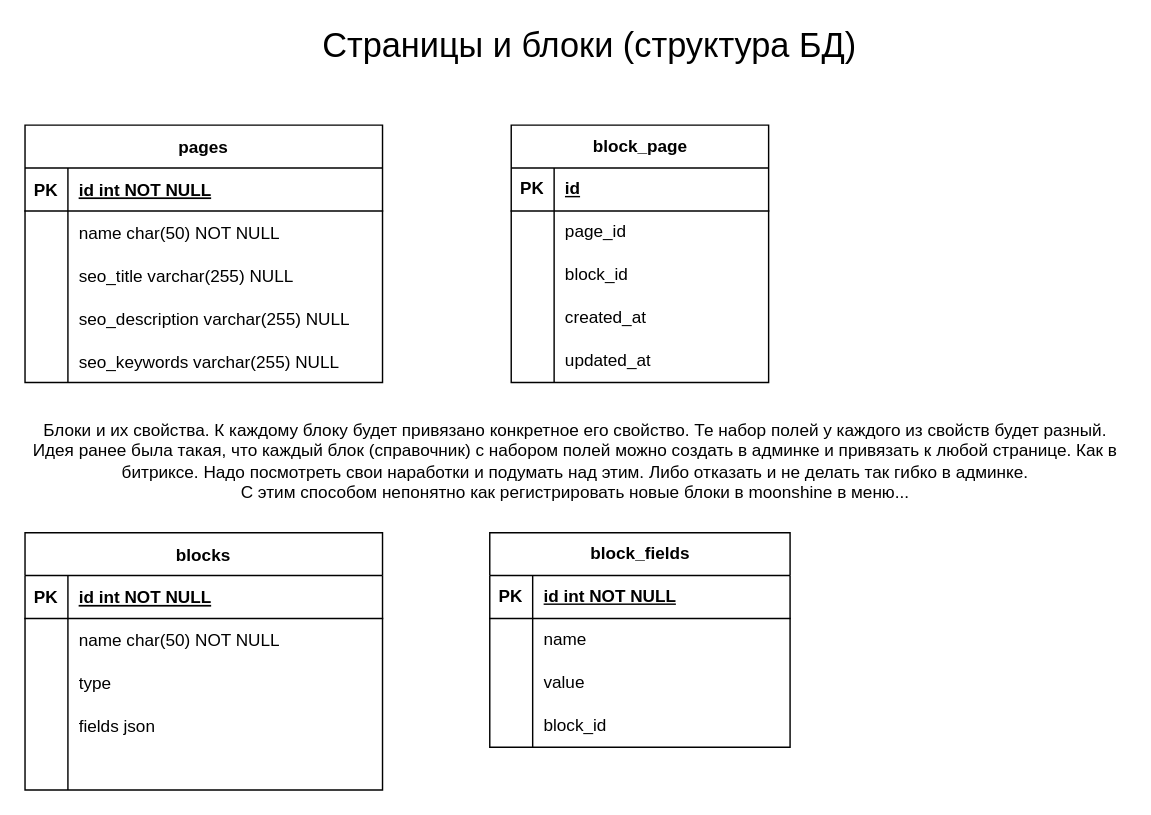
This is laravel cms - страницы и блоки.drawio from Sckatik/drawioDiagrams, a draw.io file, before an edit. Source tidied: cells renumbered, new cells numbered last; positions are measured from the earlier drawing's top-left corner, leaving out a move shared by most shapes. Both pictures are drawn from the tidied source at 143%, with x=0, y=0 at pixel (24, 24).
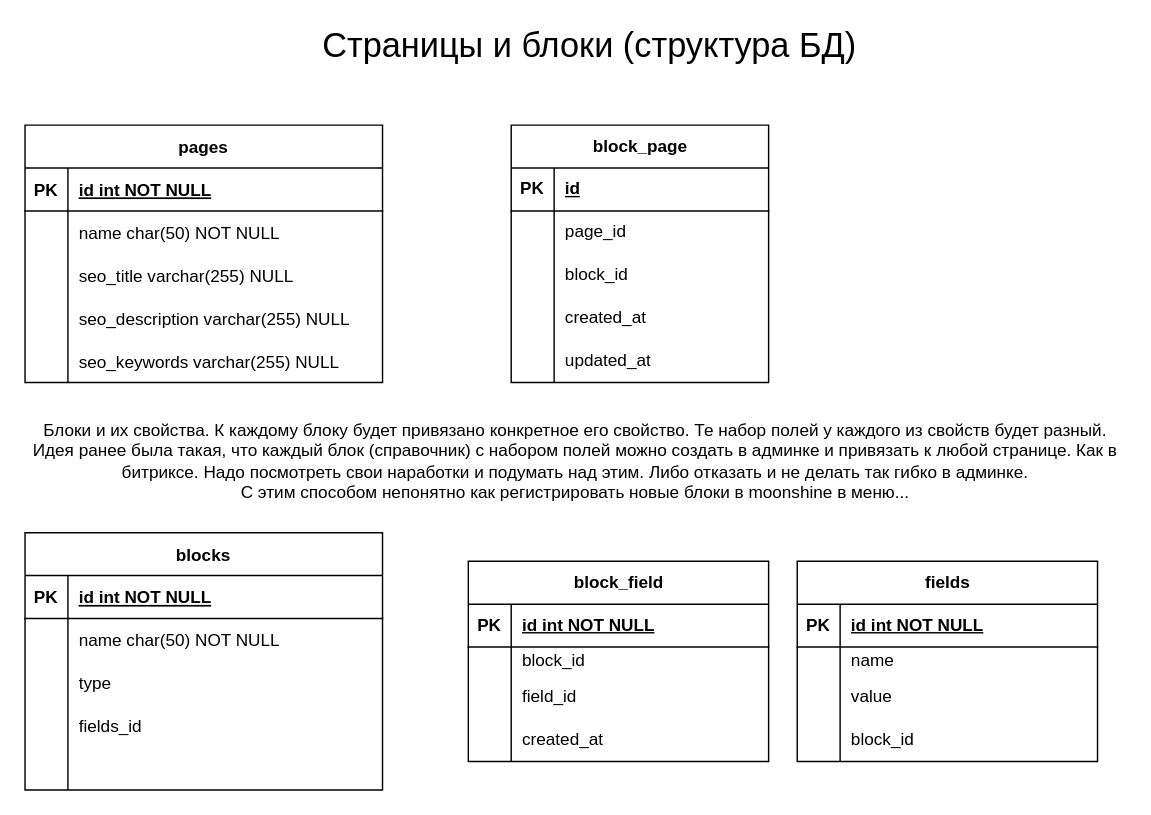
The same page after the edit.

Unchanged cells that the change refers to:
```xml
<mxCell id="29" style="shape=partialRectangle;fillColor=none;top=0;left=0;right=0;bottom=0;" parent="19" vertex="1">
  <mxGeometry y="120" width="250" height="30" as="geometry" />
</mxCell>
```

Diff of the diagram source:
```diff
@@
-    <mxCell id="31" value="fields json" style="shape=partialRectangle;overflow=hidden;fillColor=none;top=0;left=0;bottom=0;right=0;align=left;spacingLeft=6;" parent="29" vertex="1">
+    <mxCell id="31" value="fields_id" style="shape=partialRectangle;overflow=hidden;fillColor=none;top=0;left=0;bottom=0;right=0;align=left;spacingLeft=6;" parent="29" vertex="1">
       <mxGeometry x="30" width="220" height="30" as="geometry" />
     </mxCell>
@@
-    <mxCell id="51" value="block_fields" style="shape=table;startSize=30;childLayout=tableLayout;rowLines=0;fontStyle=1;align=center;html=1;" parent="1" vertex="1">
-      <mxGeometry x="325" y="355" width="210" height="150" as="geometry" />
+    <mxCell id="51" value="fields" style="shape=table;startSize=30;childLayout=tableLayout;rowLines=0;fontStyle=1;align=center;html=1;" parent="1" vertex="1">
+      <mxGeometry x="540" y="375" width="210" height="140" as="geometry" />
     </mxCell>
@@
     <mxCell id="55" style="shape=tableRow;horizontal=0;startSize=0;swimlaneHead=0;swimlaneBody=0;fillColor=none;top=0;left=0;right=0;bottom=0;" parent="51" vertex="1">
-      <mxGeometry y="60" width="210" height="30" as="geometry" />
+      <mxGeometry y="60" width="210" height="20" as="geometry" />
     </mxCell>
     <mxCell id="56" style="shape=partialRectangle;fillColor=none;top=0;left=0;bottom=0;right=0;overflow=hidden;whiteSpace=wrap;html=1;" parent="55" vertex="1">
-      <mxGeometry width="30" height="30" as="geometry" />
+      <mxGeometry width="30" height="20" as="geometry" />
     </mxCell>
     <mxCell id="57" value="name" style="shape=partialRectangle;fillColor=none;top=0;left=0;bottom=0;right=0;align=left;spacingLeft=6;overflow=hidden;whiteSpace=wrap;html=1;" parent="55" vertex="1">
-      <mxGeometry x="30" width="180" height="30" as="geometry" />
+      <mxGeometry x="30" width="180" height="20" as="geometry" />
     </mxCell>
     <mxCell id="58" style="shape=tableRow;horizontal=0;startSize=0;swimlaneHead=0;swimlaneBody=0;fillColor=none;top=0;left=0;right=0;bottom=0;" parent="51" vertex="1">
-      <mxGeometry y="90" width="210" height="30" as="geometry" />
+      <mxGeometry y="80" width="210" height="30" as="geometry" />
     </mxCell>
@@
     <mxCell id="61" style="shape=tableRow;horizontal=0;startSize=0;swimlaneHead=0;swimlaneBody=0;fillColor=none;top=0;left=0;right=0;bottom=0;" parent="51" vertex="1">
-      <mxGeometry y="120" width="210" height="30" as="geometry" />
+      <mxGeometry y="110" width="210" height="30" as="geometry" />
     </mxCell>
@@
+    <mxCell id="65" value="block_field" style="shape=table;startSize=30;childLayout=tableLayout;rowLines=0;fontStyle=1;align=center;html=1;" parent="1" vertex="1">
+      <mxGeometry x="310" y="375" width="210" height="140" as="geometry" />
+    </mxCell>
+    <mxCell id="66" style="shape=tableRow;horizontal=0;startSize=0;swimlaneHead=0;swimlaneBody=0;fillColor=none;top=0;left=0;right=0;bottom=1;" parent="65" vertex="1">
+      <mxGeometry y="30" width="210" height="30" as="geometry" />
+    </mxCell>
+    <mxCell id="67" value="PK" style="shape=partialRectangle;fillColor=none;top=0;left=0;bottom=0;right=0;fontStyle=1;overflow=hidden;whiteSpace=wrap;html=1;" parent="66" vertex="1">
+      <mxGeometry width="30" height="30" as="geometry" />
+    </mxCell>
+    <mxCell id="68" value="id int NOT NULL" style="shape=partialRectangle;fillColor=none;top=0;left=0;bottom=0;right=0;align=left;spacingLeft=6;fontStyle=5;overflow=hidden;whiteSpace=wrap;html=1;" parent="66" vertex="1">
+      <mxGeometry x="30" width="180" height="30" as="geometry" />
+    </mxCell>
+    <mxCell id="69" style="shape=tableRow;horizontal=0;startSize=0;swimlaneHead=0;swimlaneBody=0;fillColor=none;top=0;left=0;right=0;bottom=0;" parent="65" vertex="1">
+      <mxGeometry y="60" width="210" height="20" as="geometry" />
+    </mxCell>
+    <mxCell id="70" style="shape=partialRectangle;fillColor=none;top=0;left=0;bottom=0;right=0;overflow=hidden;whiteSpace=wrap;html=1;" parent="69" vertex="1">
+      <mxGeometry width="30" height="20" as="geometry" />
+    </mxCell>
+    <mxCell id="71" value="block_id" style="shape=partialRectangle;fillColor=none;top=0;left=0;bottom=0;right=0;align=left;spacingLeft=6;overflow=hidden;whiteSpace=wrap;html=1;" parent="69" vertex="1">
+      <mxGeometry x="30" width="180" height="20" as="geometry" />
+    </mxCell>
+    <mxCell id="72" style="shape=tableRow;horizontal=0;startSize=0;swimlaneHead=0;swimlaneBody=0;fillColor=none;top=0;left=0;right=0;bottom=0;" parent="65" vertex="1">
+      <mxGeometry y="80" width="210" height="30" as="geometry" />
+    </mxCell>
+    <mxCell id="73" style="shape=partialRectangle;fillColor=none;top=0;left=0;bottom=0;right=0;overflow=hidden;whiteSpace=wrap;html=1;" parent="72" vertex="1">
+      <mxGeometry width="30" height="30" as="geometry" />
+    </mxCell>
+    <mxCell id="74" value="field_id" style="shape=partialRectangle;fillColor=none;top=0;left=0;bottom=0;right=0;align=left;spacingLeft=6;overflow=hidden;whiteSpace=wrap;html=1;" parent="72" vertex="1">
+      <mxGeometry x="30" width="180" height="30" as="geometry" />
+    </mxCell>
+    <mxCell id="75" style="shape=tableRow;horizontal=0;startSize=0;swimlaneHead=0;swimlaneBody=0;fillColor=none;top=0;left=0;right=0;bottom=0;" parent="65" vertex="1">
+      <mxGeometry y="110" width="210" height="30" as="geometry" />
+    </mxCell>
+    <mxCell id="76" style="shape=partialRectangle;fillColor=none;top=0;left=0;bottom=0;right=0;overflow=hidden;whiteSpace=wrap;html=1;" parent="75" vertex="1">
+      <mxGeometry width="30" height="30" as="geometry" />
+    </mxCell>
+    <mxCell id="77" value="created_at" style="shape=partialRectangle;fillColor=none;top=0;left=0;bottom=0;right=0;align=left;spacingLeft=6;overflow=hidden;whiteSpace=wrap;html=1;" parent="75" vertex="1">
+      <mxGeometry x="30" width="180" height="30" as="geometry" />
+    </mxCell>
```
